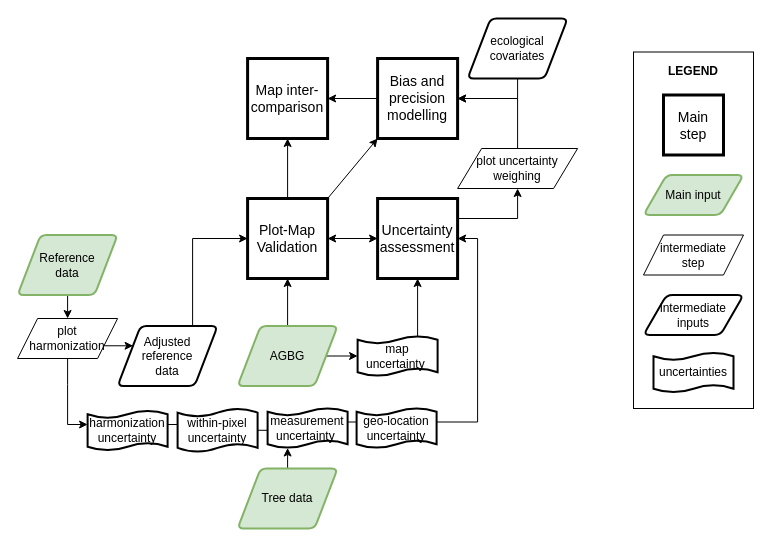
This is Untitled Diagram.drawio from arnanaraza/diagrams, a draw.io file, before an edit. Source tidied: cells renumbered, new cells numbered last; positions are measured from the earlier drawing's top-left corner, leaving out a move shared by most shapes. Both pictures are drawn from the tidied source at 100%, with x=0, y=0 at pixel (17, 18).
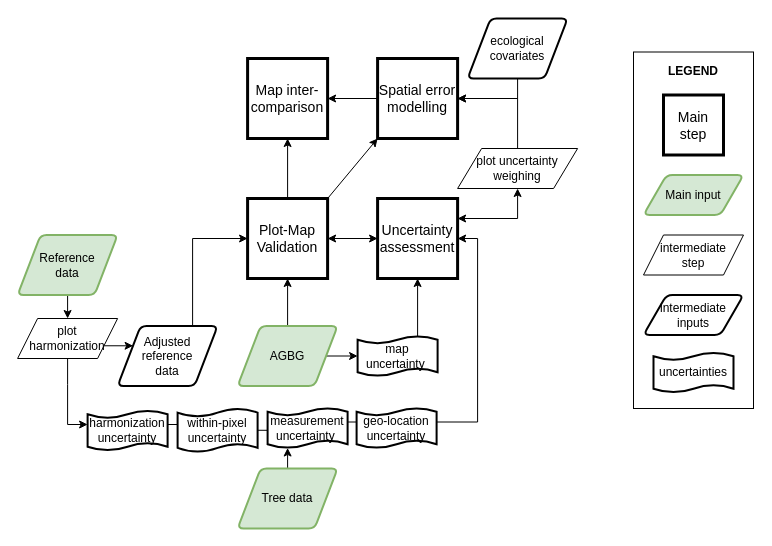
Above is the later version.

Commit message:
paper1_agb

Unchanged cells that the change refers to:
```xml
<mxCell id="15" value="&lt;font style=&quot;font-size: 14px&quot;&gt;Uncertainty assessment&lt;/font&gt;" style="whiteSpace=wrap;html=1;strokeWidth=3;" parent="1" vertex="1">
  <mxGeometry x="360.1" y="180" width="80" height="80" as="geometry" />
</mxCell>
<mxCell id="36" value="plot uncertainty weighing" style="shape=parallelogram;perimeter=parallelogramPerimeter;whiteSpace=wrap;html=1;" parent="1" vertex="1">
  <mxGeometry x="440.1" y="130" width="120" height="40" as="geometry" />
</mxCell>
```

What changed in the source:
```diff
@@
-    <mxCell id="12" value="&lt;span style=&quot;white-space: normal&quot;&gt;&lt;font style=&quot;font-size: 14px&quot;&gt;Bias and precision modelling&lt;/font&gt;&lt;/span&gt;" style="whiteSpace=wrap;html=1;strokeWidth=3;" parent="1" vertex="1">
+    <mxCell id="12" value="&lt;span style=&quot;white-space: normal&quot;&gt;&lt;font style=&quot;font-size: 14px&quot;&gt;Spatial error modelling&lt;/font&gt;&lt;/span&gt;" style="whiteSpace=wrap;html=1;strokeWidth=3;" parent="1" vertex="1">
       <mxGeometry x="360.1" y="40" width="80" height="80" as="geometry" />
     </mxCell>
@@
-    <mxCell id="14" style="edgeStyle=orthogonalEdgeStyle;rounded=0;jettySize=auto;html=1;exitX=1;exitY=0.25;exitDx=0;exitDy=0;entryX=0.5;entryY=1;entryDx=0;entryDy=0;startArrow=none;startFill=0;endArrow=classic;endFill=1;" parent="1" edge="1" source="15" target="36">
+    <mxCell id="14" style="edgeStyle=orthogonalEdgeStyle;rounded=0;jettySize=auto;html=1;exitX=1;exitY=0.25;exitDx=0;exitDy=0;entryX=0.5;entryY=1;entryDx=0;entryDy=0;startArrow=classic;startFill=1;endArrow=classic;endFill=1;" parent="1" edge="1" source="15" target="36">
       <mxGeometry relative="1" as="geometry" />
     </mxCell>
```
